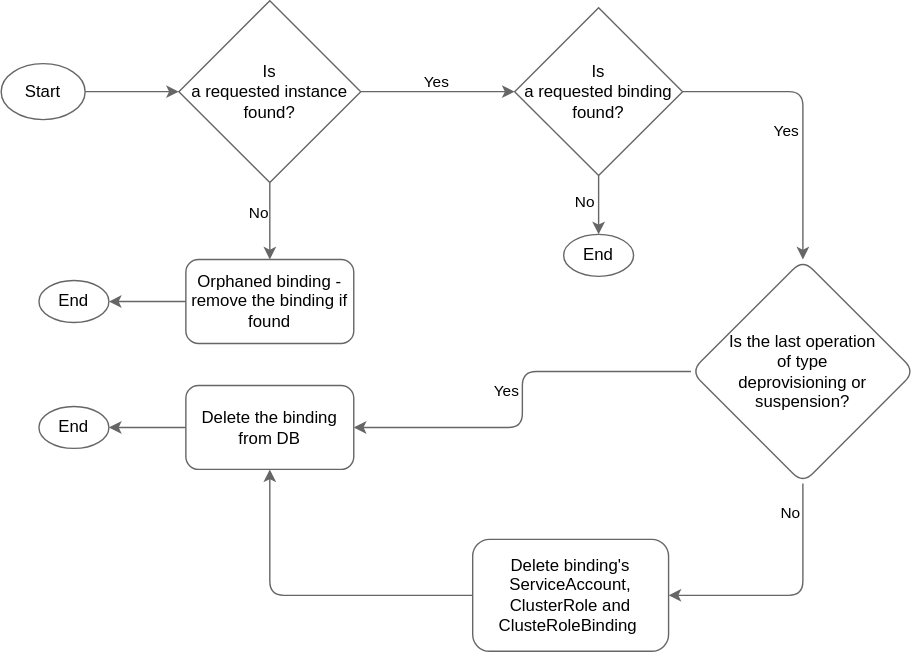
Before: docs/assets/bindings-delete-flow.drawio.svg, a diagram exported from draw.io (kyma-project/kyma-environment-broker). Source tidied: cells renumbered, new cells last; positions are measured from the earlier drawing's top-left corner, leaving out a move shared by most shapes.
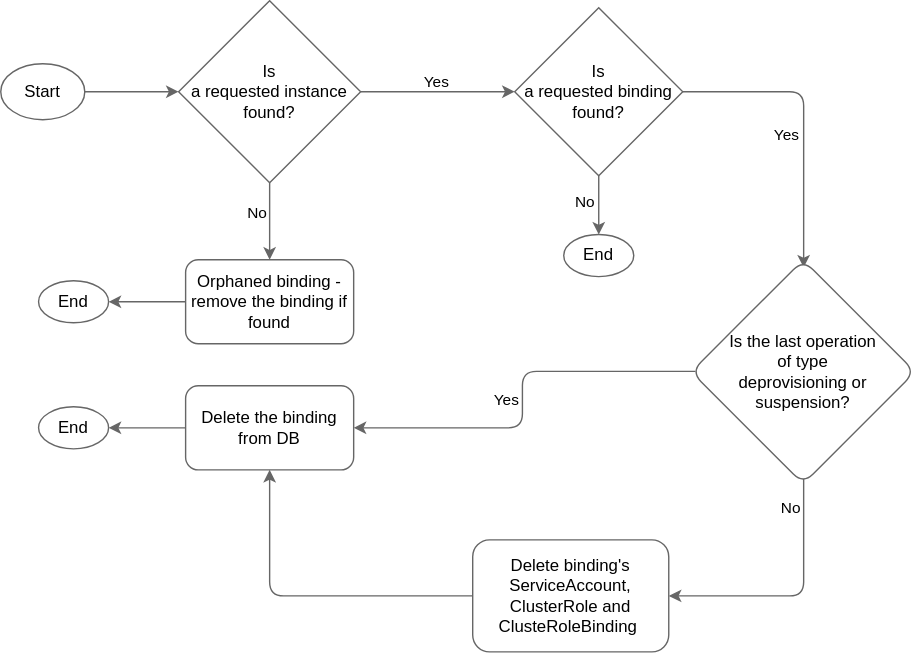
The same diagram one commit later.

Commit message:
Corrected Edge Spaces

Diff of the diagram source:
```diff
@@ -34,7 +34,7 @@
     <mxCell id="11" value="No" style="edgeStyle=orthogonalEdgeStyle;rounded=1;jettySize=auto;html=1;curved=0;strokeColor=#666666;fontColor=#000000;labelBackgroundColor=none;" parent="1" edge="1" source="13" target="14">
       <mxGeometry x="-0.1" y="-10" relative="1" as="geometry" />
     </mxCell>
-    <mxCell id="12" value="Yes" style="edgeStyle=orthogonalEdgeStyle;rounded=1;jettySize=auto;html=1;curved=0;strokeColor=#666666;labelBackgroundColor=none;fontColor=#000000;" parent="1" edge="1" source="13" target="18">
+    <mxCell id="12" value="Yes" style="edgeStyle=orthogonalEdgeStyle;rounded=1;jettySize=auto;html=1;curved=0;strokeColor=#666666;labelBackgroundColor=none;fontColor=#000000;entryX=0.502;entryY=0.035;entryDx=0;entryDy=0;entryPerimeter=0;" parent="1" edge="1" source="13" target="18">
       <mxGeometry x="0.11" y="-12" relative="1" as="geometry" />
     </mxCell>
     <mxCell id="13" value="Is&lt;br&gt;a requested binding found?" style="rhombus;whiteSpace=wrap;html=1;fillColor=#ffffff;fontColor=#000000;strokeColor=#666666;" parent="1" vertex="1">
@@ -43,10 +43,10 @@
     <mxCell id="14" value="End" style="ellipse;whiteSpace=wrap;html=1;fillColor=#ffffff;fontColor=#000000;strokeColor=#666666;" parent="1" vertex="1">
       <mxGeometry x="402" y="167" width="50" height="30" as="geometry" />
     </mxCell>
-    <mxCell id="15" value="Yes" style="edgeStyle=orthogonalEdgeStyle;rounded=1;jettySize=auto;html=1;curved=0;strokeColor=#666666;fontColor=#000000;labelBackgroundColor=none;" parent="1" edge="1" source="18" target="20">
-      <mxGeometry x="-0.04" y="-12" relative="1" as="geometry" />
+    <mxCell id="15" value="Yes" style="edgeStyle=orthogonalEdgeStyle;rounded=1;jettySize=auto;html=1;curved=0;strokeColor=#666666;fontColor=#000000;labelBackgroundColor=none;exitX=0.019;exitY=0.498;exitDx=0;exitDy=0;exitPerimeter=0;" parent="1" edge="1" source="18" target="20">
+      <mxGeometry x="0.01" y="-12" relative="1" as="geometry" />
     </mxCell>
-    <mxCell id="16" style="edgeStyle=orthogonalEdgeStyle;rounded=1;jettySize=auto;html=1;entryX=1;entryY=0.5;entryDx=0;entryDy=0;curved=0;strokeColor=#666666;fontColor=#000000;labelBackgroundColor=none;exitX=0.5;exitY=1;exitDx=0;exitDy=0;" parent="1" edge="1" source="18" target="22">
+    <mxCell id="16" style="edgeStyle=orthogonalEdgeStyle;rounded=1;jettySize=auto;html=1;entryX=1;entryY=0.5;entryDx=0;entryDy=0;curved=0;strokeColor=#666666;fontColor=#000000;labelBackgroundColor=none;exitX=0.502;exitY=0.973;exitDx=0;exitDy=0;exitPerimeter=0;" parent="1" edge="1" source="18" target="22">
       <mxGeometry relative="1" as="geometry">
         <Array as="points">
           <mxPoint x="573" y="425" />
```
